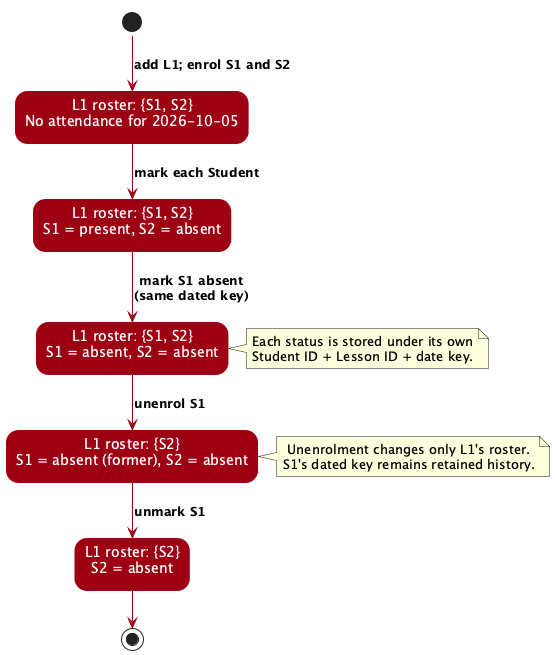
The PlantUML diagram docs/images/LessonAttendanceStateDiagram.png in AY2627S1-CS2103T-F13-3/tp, before a commit.
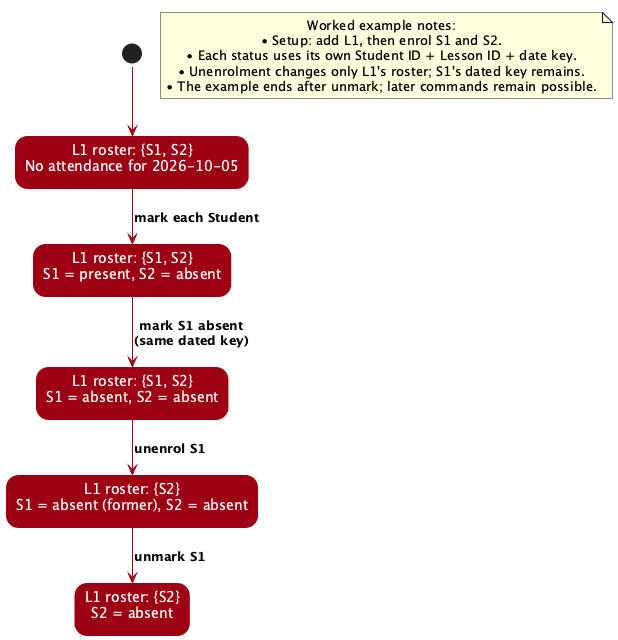
Above is the later version.

Change to the diagram source:
```diff
@@ -13,21 +13,18 @@
 state "L1 roster: {S2}\nS1 = absent (former), S2 = absent" as Retained
 state "L1 roster: {S2}\nS2 = absent" as Removed
 
-[*] --> Unrecorded : add L1; enrol S1 and S2
+note as ExampleNotes
+  Worked example notes:
+  • Setup: add L1, then enrol S1 and S2.
+  • Each status uses its own Student ID + Lesson ID + date key.
+  • Unenrolment changes only L1's roster; S1's dated key remains.
+  • The example ends after unmark; later commands remain possible.
+end note
+
+[*] --> Unrecorded
 Unrecorded --> Recorded : mark each Student
 Recorded --> Corrected : mark S1 absent\n(same dated key)
 Corrected --> Retained : unenrol S1
 Retained --> Removed : unmark S1
-Removed --> [*]
-
-note right of Corrected
-  Each status is stored under its own
-  Student ID + Lesson ID + date key.
-end note
-
-note right of Retained
-  Unenrolment changes only L1's roster.
-  S1's dated key remains retained history.
-end note
 
 @enduml
```
